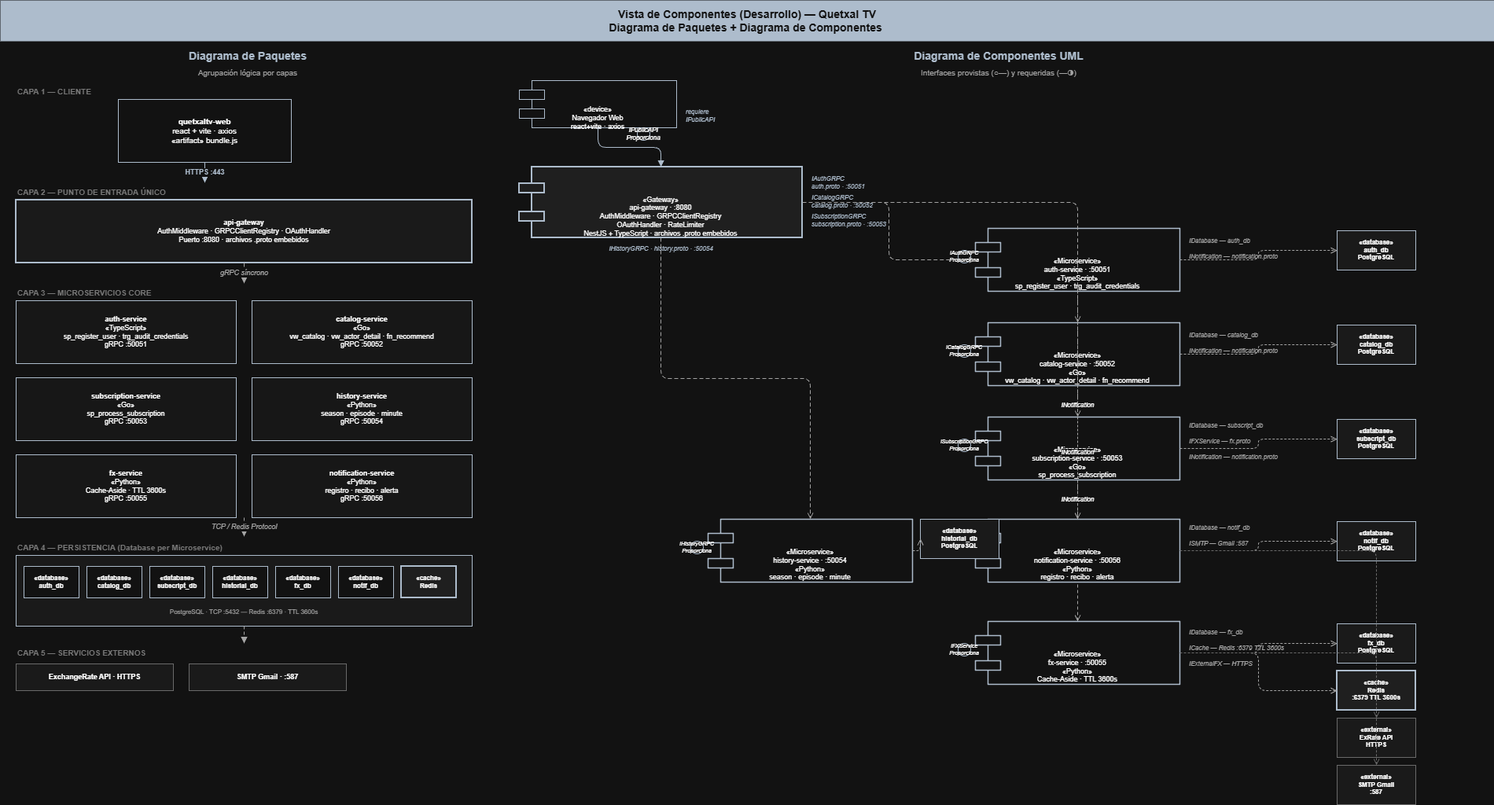
Ggi0/SA_PROYECTO_G8 keeps this draw.io diagram as Documentation/4+1/Imagenes/Vista de Componentes (Desarrollo) .drawio.png. Above is the earlier version. Source tidied: cells renumbered, new cells last; positions are measured from the earlier drawing's top-left corner, leaving out a move shared by most shapes.
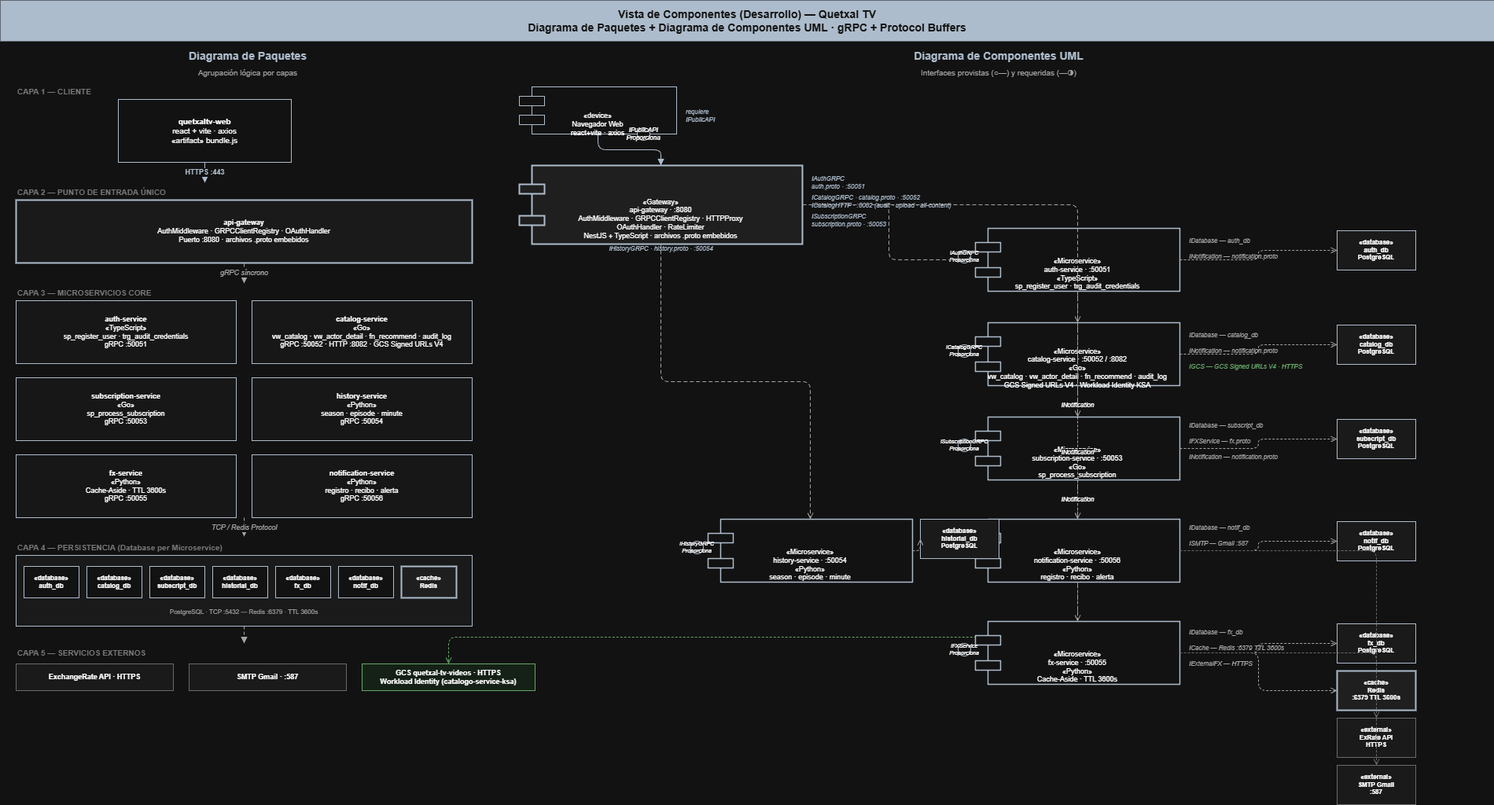
The same diagram one commit later.

Commit message:
202200214 docs: actualizar Vista de Escenarios 4+1 con CDU-001 a CDU-011, actores y escenarios criticos Fase 2

Change to the diagram source:
```diff
@@ -2,16 +2,16 @@
   <root>
     <mxCell id="0" />
     <mxCell id="1" parent="0" />
-    <mxCell id="2" value="Vista de Componentes (Desarrollo) — Quetxal TV&lt;br&gt;Diagrama de Paquetes + Diagrama de Componentes&amp;nbsp;" style="text;html=1;strokeColor=none;fillColor=#2C3E50;align=center;verticalAlign=middle;whiteSpace=wrap;rounded=0;fontColor=#FFFFFF;fontSize=14;fontStyle=1;" parent="1" vertex="1">
-      <mxGeometry width="1900" height="52" as="geometry" />
-    </mxCell>
-    <mxCell id="3" style="endArrow=none;dashed=1;html=1;dashPattern=8 4;strokeColor=#999999;strokeWidth=2;" parent="1" edge="1">
-      <mxGeometry x="630" y="52" relative="1" as="geometry">
-        <Array as="points">
-          <mxPoint x="630" y="1380" />
-        </Array>
-      </mxGeometry>
-    </mxCell>
+    <mxCell id="96" value="Vista de Componentes (Desarrollo) — Quetxal TV&#10;Diagrama de Paquetes + Diagrama de Componentes UML · gRPC + Protocol Buffers" style="text;html=1;strokeColor=none;fillColor=#2C3E50;align=center;verticalAlign=middle;whiteSpace=wrap;rounded=0;fontColor=#FFFFFF;fontSize=14;fontStyle=1;" parent="1" vertex="1">
+      <mxGeometry width="1900" height="52" as="geometry" />
+    </mxCell>
+    <mxCell id="97" style="endArrow=none;dashed=1;html=1;dashPattern=8 4;strokeColor=#999999;strokeWidth=2;" parent="1" edge="1">
+      <mxGeometry x="630" y="52" relative="1" as="geometry">
+        <Array as="points">
+          <mxPoint x="630" y="1380" />
+        </Array>
+      </mxGeometry>
+    </mxCell>
     <mxCell id="4" value="Diagrama de Paquetes" style="text;html=1;strokeColor=none;fillColor=none;align=center;verticalAlign=middle;whiteSpace=wrap;rounded=0;fontStyle=1;fontSize=14;fontColor=#2C3E50;" parent="1" vertex="1">
       <mxGeometry y="56" width="630" height="30" as="geometry" />
     </mxCell>
@@ -48,9 +48,9 @@
     <mxCell id="13" value="&lt;b&gt;auth-service&lt;/b&gt;&#10;«TypeScript»&#10;sp_register_user · trg_audit_credentials&#10;gRPC :50051" style="shape=mxgraph.uml.package2;whiteSpace=wrap;html=1;fillColor=#F9F9F9;strokeColor=#2C3E50;align=center;verticalAlign=middle;fontSize=9;" parent="1" vertex="1">
       <mxGeometry x="20" y="382" width="280" height="80" as="geometry" />
     </mxCell>
-    <mxCell id="14" value="&lt;b&gt;catalog-service&lt;/b&gt;&#10;«Go»&#10;vw_catalog · vw_actor_detail · fn_recommend&#10;gRPC :50052" style="shape=mxgraph.uml.package2;whiteSpace=wrap;html=1;fillColor=#F9F9F9;strokeColor=#2C3E50;align=center;verticalAlign=middle;fontSize=9;" parent="1" vertex="1">
-      <mxGeometry x="320" y="382" width="280" height="80" as="geometry" />
-    </mxCell>
+    <mxCell id="98" value="&lt;b&gt;catalog-service&lt;/b&gt;&#10;«Go»&#10;vw_catalog · vw_actor_detail · fn_recommend · audit_log&#10;gRPC :50052 · HTTP :8082 · GCS Signed URLs V4" style="shape=mxgraph.uml.package2;whiteSpace=wrap;html=1;fillColor=#F9F9F9;strokeColor=#2C3E50;align=center;verticalAlign=middle;fontSize=9;" parent="1" vertex="1">
+      <mxGeometry x="320" y="382" width="280" height="80" as="geometry" />
+    </mxCell>
     <mxCell id="15" value="&lt;b&gt;subscription-service&lt;/b&gt;&#10;«Go»&#10;sp_process_subscription&#10;gRPC :50053" style="shape=mxgraph.uml.package2;whiteSpace=wrap;html=1;fillColor=#F9F9F9;strokeColor=#2C3E50;align=center;verticalAlign=middle;fontSize=9;" parent="1" vertex="1">
       <mxGeometry x="20" y="480" width="280" height="80" as="geometry" />
     </mxCell>
@@ -99,12 +99,12 @@
     <mxCell id="29" value="PostgreSQL · TCP :5432 — Redis :6379 · TTL 3600s" style="text;html=1;strokeColor=none;fillColor=none;align=center;verticalAlign=middle;whiteSpace=wrap;rounded=0;fontSize=8;fontColor=#555555;" parent="1" vertex="1">
       <mxGeometry x="20" y="768" width="580" height="20" as="geometry" />
     </mxCell>
-    <mxCell id="30" style="edgeStyle=orthogonalEdgeStyle;html=1;strokeColor=#555555;dashed=1;dashPattern=4 3;endArrow=block;endFill=1;" parent="1" edge="1">
-      <mxGeometry relative="1" as="geometry">
-        <mxPoint x="310" y="796" as="sourcePoint" />
-        <mxPoint x="310" y="818" as="targetPoint" />
-      </mxGeometry>
-    </mxCell>
+    <mxCell id="99" style="edgeStyle=orthogonalEdgeStyle;html=1;strokeColor=#555555;dashed=1;dashPattern=4 3;endArrow=block;endFill=1;" parent="1" edge="1">
+      <mxGeometry relative="1" as="geometry">
+        <mxPoint x="310" y="796" as="sourcePoint" />
+        <mxPoint x="310" y="818" as="targetPoint" />
+      </mxGeometry>
+    </mxCell>
     <mxCell id="31" value="CAPA 5 — SERVICIOS EXTERNOS" style="text;html=1;strokeColor=none;fillColor=none;align=left;verticalAlign=middle;whiteSpace=wrap;rounded=0;fontSize=10;fontStyle=1;fontColor=#888888;" parent="1" vertex="1">
       <mxGeometry x="20" y="820" width="280" height="20" as="geometry" />
     </mxCell>
@@ -114,6 +114,9 @@
     <mxCell id="33" value="SMTP Gmail · :587" style="rounded=2;whiteSpace=wrap;html=1;fillColor=#F5F5F5;strokeColor=#999999;fontSize=9;fontStyle=1;" parent="1" vertex="1">
       <mxGeometry x="240" y="844" width="200" height="34" as="geometry" />
     </mxCell>
+    <mxCell id="100" value="GCS quetxal-tv-videos · HTTPS&#10;Workload Identity (catalogo-service-ksa)" style="rounded=2;whiteSpace=wrap;html=1;fillColor=#E8F5E9;strokeColor=#2E7D32;fontSize=9;fontStyle=1;" parent="1" vertex="1">
+      <mxGeometry x="460" y="844" width="220" height="34" as="geometry" />
+    </mxCell>
     <mxCell id="34" value="Diagrama de Componentes UML" style="text;html=1;strokeColor=none;fillColor=none;align=center;verticalAlign=middle;whiteSpace=wrap;rounded=0;fontStyle=1;fontSize=14;fontColor=#2C3E50;" parent="1" vertex="1">
       <mxGeometry x="640" y="56" width="1260" height="30" as="geometry" />
     </mxCell>
@@ -121,7 +124,7 @@
       <mxGeometry x="640" y="82" width="1260" height="20" as="geometry" />
     </mxCell>
     <mxCell id="36" value="«device»&#10;Navegador Web&#10;react+vite · axios" style="shape=component;align=center;spacingTop=36;whiteSpace=wrap;html=1;fillColor=#FFFFFF;strokeColor=#2C3E50;strokeWidth=1.2;fontSize=9;" parent="1" vertex="1">
-      <mxGeometry x="660" y="102" width="200" height="60" as="geometry" />
+      <mxGeometry x="660" y="110" width="200" height="60" as="geometry" />
     </mxCell>
     <mxCell id="37" value="IPublicAPI&#10;Proporciona" style="ellipse;whiteSpace=wrap;html=1;fillColor=#FFFFFF;strokeColor=#2C3E50;fontSize=8;fontStyle=2;" parent="1" vertex="1">
       <mxGeometry x="810" y="162" width="16" height="16" as="geometry" />
@@ -129,18 +132,18 @@
     <mxCell id="38" value="requiere&#10;IPublicAPI" style="text;html=1;strokeColor=none;fillColor=none;align=left;verticalAlign=middle;fontSize=8;fontStyle=2;fontColor=#2C3E50;" parent="1" vertex="1">
       <mxGeometry x="870" y="132" width="100" height="30" as="geometry" />
     </mxCell>
-    <mxCell id="39" style="edgeStyle=orthogonalEdgeStyle;html=1;strokeColor=#2C3E50;endArrow=block;endFill=1;" parent="1" edge="1" source="36" target="40">
-      <mxGeometry relative="1" as="geometry" />
-    </mxCell>
-    <mxCell id="40" value="«Gateway»&#10;api-gateway · :8080&#10;AuthMiddleware · GRPCClientRegistry&#10;OAuthHandler · RateLimiter&#10;NestJS + TypeScript · archivos .proto embebidos" style="shape=component;align=center;spacingTop=36;whiteSpace=wrap;html=1;fillColor=#F0F0F0;strokeColor=#2C3E50;strokeWidth=2;fontSize=9;" parent="1" vertex="1">
-      <mxGeometry x="660" y="212" width="360" height="90" as="geometry" />
-    </mxCell>
+    <mxCell id="101" style="edgeStyle=orthogonalEdgeStyle;html=1;strokeColor=#2C3E50;endArrow=block;endFill=1;" parent="1" edge="1" source="36" target="102">
+      <mxGeometry relative="1" as="geometry" />
+    </mxCell>
+    <mxCell id="102" value="«Gateway»&#10;api-gateway · :8080&#10;AuthMiddleware · GRPCClientRegistry · HTTPProxy&#10;OAuthHandler · RateLimiter&#10;NestJS + TypeScript · archivos .proto embebidos" style="shape=component;align=center;spacingTop=36;whiteSpace=wrap;html=1;fillColor=#F0F0F0;strokeColor=#2C3E50;strokeWidth=2;fontSize=9;" parent="1" vertex="1">
+      <mxGeometry x="660" y="210" width="360" height="100" as="geometry" />
+    </mxCell>
     <mxCell id="41" value="IAuthGRPC&#10;auth.proto · :50051" style="text;html=1;strokeColor=none;fillColor=none;align=left;verticalAlign=middle;fontSize=8;fontStyle=2;fontColor=#2C3E50;" parent="1" vertex="1">
       <mxGeometry x="1030" y="220" width="180" height="24" as="geometry" />
     </mxCell>
-    <mxCell id="42" value="ICatalogGRPC&#10;catalog.proto · :50052" style="text;html=1;strokeColor=none;fillColor=none;align=left;verticalAlign=middle;fontSize=8;fontStyle=2;fontColor=#2C3E50;" parent="1" vertex="1">
-      <mxGeometry x="1030" y="244" width="180" height="24" as="geometry" />
-    </mxCell>
+    <mxCell id="103" value="ICatalogGRPC · catalog.proto · :50052&#10;ICatalogHTTP · :8082 (audit · upload · all-content)" style="text;html=1;strokeColor=none;fillColor=none;align=left;verticalAlign=middle;fontSize=8;fontStyle=2;fontColor=#2C3E50;" parent="1" vertex="1">
+      <mxGeometry x="1030" y="244" width="180" height="24" as="geometry" />
+    </mxCell>
     <mxCell id="43" value="ISubscriptionGRPC&#10;subscription.proto · :50053" style="text;html=1;strokeColor=none;fillColor=none;align=left;verticalAlign=middle;fontSize=8;fontStyle=2;fontColor=#2C3E50;" parent="1" vertex="1">
       <mxGeometry x="1030" y="268" width="200" height="24" as="geometry" />
     </mxCell>
@@ -153,39 +156,50 @@
     <mxCell id="46" value="IAuthGRPC&#10;Proporciona" style="ellipse;whiteSpace=wrap;html=1;fillColor=#FFFFFF;strokeColor=#2C3E50;fontSize=7;fontStyle=2;" parent="1" vertex="1">
       <mxGeometry x="1218" y="318" width="16" height="16" as="geometry" />
     </mxCell>
-    <mxCell id="47" style="edgeStyle=orthogonalEdgeStyle;html=1;strokeColor=#555555;dashed=1;dashPattern=5 3;endArrow=open;endFill=0;" parent="1" edge="1" source="40" target="45">
-      <mxGeometry relative="1" as="geometry" />
-    </mxCell>
+    <mxCell id="104" style="edgeStyle=orthogonalEdgeStyle;html=1;strokeColor=#555555;dashed=1;dashPattern=5 3;endArrow=open;endFill=0;" parent="1" edge="1" source="102" target="45">
+      <mxGeometry relative="1" as="geometry" />
+    </mxCell>
     <mxCell id="48" value="IDatabase — auth_db" style="text;html=1;strokeColor=none;fillColor=none;align=left;fontSize=8;fontStyle=2;fontColor=#555555;" parent="1" vertex="1">
       <mxGeometry x="1510" y="295" width="160" height="20" as="geometry" />
     </mxCell>
     <mxCell id="49" value="INotification — notification.proto" style="text;html=1;strokeColor=none;fillColor=none;align=left;fontSize=8;fontStyle=2;fontColor=#555555;" parent="1" vertex="1">
       <mxGeometry x="1510" y="315" width="200" height="20" as="geometry" />
     </mxCell>
-    <mxCell id="50" value="«Microservice»&#10;catalog-service · :50052&#10;«Go»&#10;vw_catalog · vw_actor_detail · fn_recommend" style="shape=component;align=center;spacingTop=36;whiteSpace=wrap;html=1;fillColor=#FFFFFF;strokeColor=#2C3E50;strokeWidth=1.5;fontSize=9;" parent="1" vertex="1">
-      <mxGeometry x="1240" y="410" width="260" height="80" as="geometry" />
-    </mxCell>
+    <mxCell id="105" value="«Microservice»&#10;catalog-service · :50052 / :8082&#10;«Go»&#10;vw_catalog · vw_actor_detail · fn_recommend · audit_log&#10;GCS Signed URLs V4 · Workload Identity KSA" style="shape=component;align=center;spacingTop=36;whiteSpace=wrap;html=1;fillColor=#FFFFFF;strokeColor=#2C3E50;strokeWidth=1.5;fontSize=9;" parent="1" vertex="1">
+      <mxGeometry x="1240" y="410" width="260" height="80" as="geometry" />
+    </mxCell>
     <mxCell id="51" value="ICatalogGRPC&#10;Proporciona" style="ellipse;whiteSpace=wrap;html=1;fillColor=#FFFFFF;strokeColor=#2C3E50;fontSize=7;fontStyle=2;" parent="1" vertex="1">
       <mxGeometry x="1218" y="438" width="16" height="16" as="geometry" />
     </mxCell>
-    <mxCell id="52" style="edgeStyle=orthogonalEdgeStyle;html=1;strokeColor=#555555;dashed=1;dashPattern=5 3;endArrow=open;endFill=0;" parent="1" edge="1" source="40" target="50">
-      <mxGeometry relative="1" as="geometry" />
-    </mxCell>
+    <mxCell id="106" style="edgeStyle=orthogonalEdgeStyle;html=1;strokeColor=#555555;dashed=1;dashPattern=5 3;endArrow=open;endFill=0;" parent="1" edge="1" source="102" target="105">
+      <mxGeometry relative="1" as="geometry" />
+    </mxCell>
     <mxCell id="53" value="IDatabase — catalog_db" style="text;html=1;strokeColor=none;fillColor=none;align=left;fontSize=8;fontStyle=2;fontColor=#555555;" parent="1" vertex="1">
       <mxGeometry x="1510" y="415" width="160" height="20" as="geometry" />
     </mxCell>
     <mxCell id="54" value="INotification — notification.proto" style="text;html=1;strokeColor=none;fillColor=none;align=left;fontSize=8;fontStyle=2;fontColor=#555555;" parent="1" vertex="1">
       <mxGeometry x="1510" y="435" width="200" height="20" as="geometry" />
     </mxCell>
+    <mxCell id="107" value="IGCS — GCS Signed URLs V4 · HTTPS" style="text;html=1;strokeColor=none;fillColor=none;align=left;fontSize=8;fontStyle=2;fontColor=#2E7D32;" parent="1" vertex="1">
+      <mxGeometry x="1510" y="455" width="220" height="20" as="geometry" />
+    </mxCell>
+    <mxCell id="108" style="edgeStyle=orthogonalEdgeStyle;html=1;strokeColor=#2E7D32;dashed=1;dashPattern=3 2;endArrow=open;endFill=0;" parent="1" edge="1" source="105" target="100">
+      <mxGeometry relative="1" as="geometry">
+        <Array as="points">
+          <mxPoint x="1370" y="810" />
+          <mxPoint x="570" y="810" />
+        </Array>
+      </mxGeometry>
+    </mxCell>
     <mxCell id="55" value="«Microservice»&#10;subscription-service · :50053&#10;«Go»&#10;sp_process_subscription" style="shape=component;align=center;spacingTop=36;whiteSpace=wrap;html=1;fillColor=#FFFFFF;strokeColor=#2C3E50;strokeWidth=1.5;fontSize=9;" parent="1" vertex="1">
       <mxGeometry x="1240" y="530" width="260" height="80" as="geometry" />
     </mxCell>
     <mxCell id="56" value="ISubscriptionGRPC&#10;Proporciona" style="ellipse;whiteSpace=wrap;html=1;fillColor=#FFFFFF;strokeColor=#2C3E50;fontSize=7;fontStyle=2;" parent="1" vertex="1">
       <mxGeometry x="1218" y="558" width="16" height="16" as="geometry" />
     </mxCell>
-    <mxCell id="57" style="edgeStyle=orthogonalEdgeStyle;html=1;strokeColor=#555555;dashed=1;dashPattern=5 3;endArrow=open;endFill=0;" parent="1" edge="1" source="40" target="55">
-      <mxGeometry relative="1" as="geometry" />
-    </mxCell>
+    <mxCell id="109" style="edgeStyle=orthogonalEdgeStyle;html=1;strokeColor=#555555;dashed=1;dashPattern=5 3;endArrow=open;endFill=0;" parent="1" edge="1" source="102" target="55">
+      <mxGeometry relative="1" as="geometry" />
+    </mxCell>
     <mxCell id="58" value="IDatabase — subscript_db" style="text;html=1;strokeColor=none;fillColor=none;align=left;fontSize=8;fontStyle=2;fontColor=#555555;" parent="1" vertex="1">
       <mxGeometry x="1510" y="530" width="160" height="20" as="geometry" />
     </mxCell>
@@ -204,9 +218,9 @@
     <mxCell id="63" value="IHistoryGRPC&#10;Proporciona" style="ellipse;whiteSpace=wrap;html=1;fillColor=#FFFFFF;strokeColor=#2C3E50;fontSize=7;fontStyle=2;" parent="1" vertex="1">
       <mxGeometry x="878" y="688" width="16" height="16" as="geometry" />
     </mxCell>
-    <mxCell id="64" style="edgeStyle=orthogonalEdgeStyle;html=1;strokeColor=#555555;dashed=1;dashPattern=5 3;endArrow=open;endFill=0;" parent="1" edge="1" source="40" target="62">
-      <mxGeometry relative="1" as="geometry" />
-    </mxCell>
+    <mxCell id="110" style="edgeStyle=orthogonalEdgeStyle;html=1;strokeColor=#555555;dashed=1;dashPattern=5 3;endArrow=open;endFill=0;" parent="1" edge="1" source="102" target="62">
+      <mxGeometry relative="1" as="geometry" />
+    </mxCell>
     <mxCell id="65" value="IDatabase — historial_db" style="text;html=1;strokeColor=none;fillColor=none;align=left;fontSize=8;fontStyle=2;fontColor=#555555;" parent="1" vertex="1">
       <mxGeometry x="1170" y="678" width="160" height="20" as="geometry" />
     </mxCell>
@@ -225,9 +239,9 @@
     <mxCell id="70" value="INotification" style="edgeStyle=orthogonalEdgeStyle;html=1;strokeColor=#555555;dashed=1;dashPattern=3 2;endArrow=open;endFill=0;fontSize=8;fontStyle=2;" parent="1" edge="1" source="45" target="66">
       <mxGeometry relative="1" as="geometry" />
     </mxCell>
-    <mxCell id="71" value="INotification" style="edgeStyle=orthogonalEdgeStyle;html=1;strokeColor=#555555;dashed=1;dashPattern=3 2;endArrow=open;endFill=0;fontSize=8;fontStyle=2;" parent="1" edge="1" source="50" target="66">
-      <mxGeometry relative="1" as="geometry" />
-    </mxCell>
+    <mxCell id="111" value="INotification" style="edgeStyle=orthogonalEdgeStyle;html=1;strokeColor=#555555;dashed=1;dashPattern=3 2;endArrow=open;endFill=0;fontSize=8;fontStyle=2;" parent="1" edge="1" source="105" target="66">
+      <mxGeometry relative="1" as="geometry" />
+    </mxCell>
     <mxCell id="72" value="INotification" style="edgeStyle=orthogonalEdgeStyle;html=1;strokeColor=#555555;dashed=1;dashPattern=3 2;endArrow=open;endFill=0;fontSize=8;fontStyle=2;" parent="1" edge="1" source="55" target="66">
       <mxGeometry relative="1" as="geometry" />
     </mxCell>
@@ -255,9 +269,9 @@
     <mxCell id="80" value="«database»&#10;catalog_db&#10;PostgreSQL" style="rounded=2;whiteSpace=wrap;html=1;fillColor=#F5F5F5;strokeColor=#2C3E50;fontSize=8;fontStyle=1;" parent="1" vertex="1">
       <mxGeometry x="1700" y="413" width="100" height="50" as="geometry" />
     </mxCell>
-    <mxCell id="81" style="edgeStyle=orthogonalEdgeStyle;html=1;strokeColor=#555555;dashed=1;dashPattern=3 2;endArrow=open;endFill=0;" parent="1" edge="1" source="50" target="80">
-      <mxGeometry relative="1" as="geometry" />
-    </mxCell>
+    <mxCell id="112" style="edgeStyle=orthogonalEdgeStyle;html=1;strokeColor=#555555;dashed=1;dashPattern=3 2;endArrow=open;endFill=0;" parent="1" edge="1" source="105" target="80">
+      <mxGeometry relative="1" as="geometry" />
+    </mxCell>
     <mxCell id="82" value="«database»&#10;subscript_db&#10;PostgreSQL" style="rounded=2;whiteSpace=wrap;html=1;fillColor=#F5F5F5;strokeColor=#2C3E50;fontSize=8;fontStyle=1;" parent="1" vertex="1">
       <mxGeometry x="1700" y="533" width="100" height="50" as="geometry" />
     </mxCell>
```
